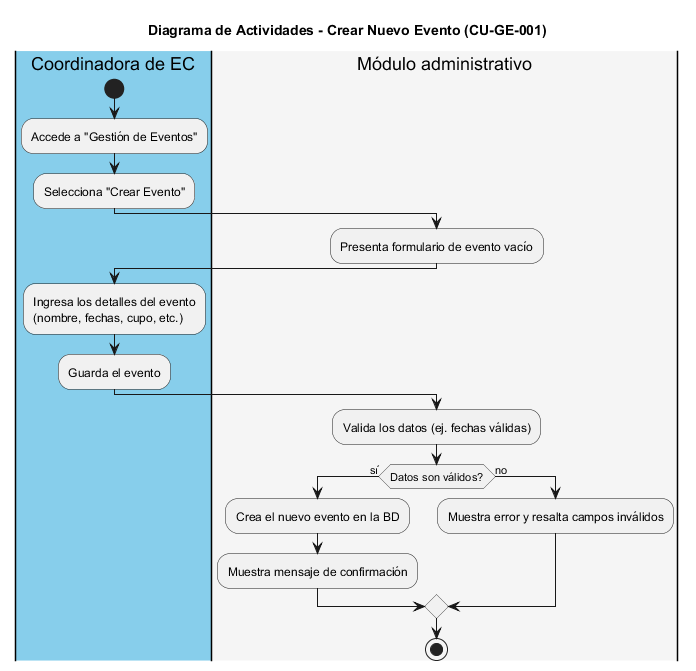
This is img/CU-GE-001_Crear_Evento.png from iKinoo/baby-salesforce-admin-module, a PlantUML export, as it was before one commit. Its diagram source:
```plantuml
@startuml
title Diagrama de Actividades - Crear Nuevo Evento (CU-GE-001)

|#skyblue|Coordinadora de EC|
start
:Accede a "Gestión de Eventos";
:Selecciona "Crear Evento";

|#whitesmoke|Módulo administrativo|
:Presenta formulario de evento vacío;

|#skyblue|Coordinadora de EC|
:Ingresa los detalles del evento
(nombre, fechas, cupo, etc.);
:Guarda el evento;

|#whitesmoke|Módulo administrativo|
:Valida los datos (ej. fechas válidas);
if (Datos son válidos?) then (sí)
  :Crea el nuevo evento en la BD;
  :Muestra mensaje de confirmación;
else (no)
  :Muestra error y resalta campos inválidos;
endif
stop
@enduml
```
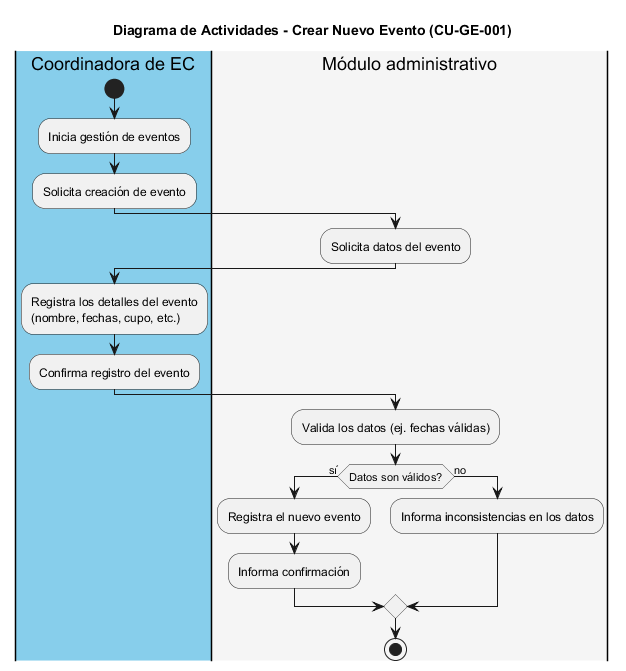
Above is the later version.

What changed in the source:
```diff
@@ -1,26 +1,26 @@
-@startuml
+@startuml CU-GE-001_Crear_Evento
 title Diagrama de Actividades - Crear Nuevo Evento (CU-GE-001)
 
 |#skyblue|Coordinadora de EC|
 start
-:Accede a "Gestión de Eventos";
-:Selecciona "Crear Evento";
+:Inicia gestión de eventos;
+:Solicita creación de evento;
 
 |#whitesmoke|Módulo administrativo|
-:Presenta formulario de evento vacío;
+:Solicita datos del evento;
 
 |#skyblue|Coordinadora de EC|
-:Ingresa los detalles del evento
+:Registra los detalles del evento
 (nombre, fechas, cupo, etc.);
-:Guarda el evento;
+:Confirma registro del evento;
 
 |#whitesmoke|Módulo administrativo|
 :Valida los datos (ej. fechas válidas);
 if (Datos son válidos?) then (sí)
-  :Crea el nuevo evento en la BD;
-  :Muestra mensaje de confirmación;
+  :Registra el nuevo evento;
+  :Informa confirmación;
 else (no)
-  :Muestra error y resalta campos inválidos;
+  :Informa inconsistencias en los datos;
 endif
 stop
 @enduml
```
